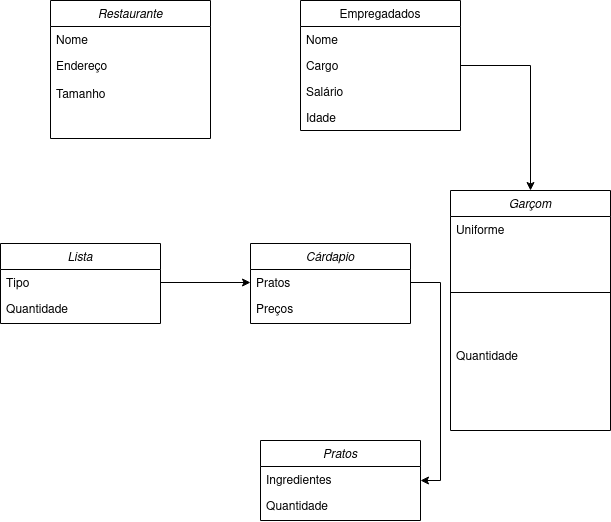
Before: restaurante.drawio.png, a diagram exported from draw.io (thayrelan/AEDS-SegundoAnoColtec). Source tidied: cells renumbered, new cells last; positions are measured from the earlier drawing's top-left corner, leaving out a move shared by most shapes.
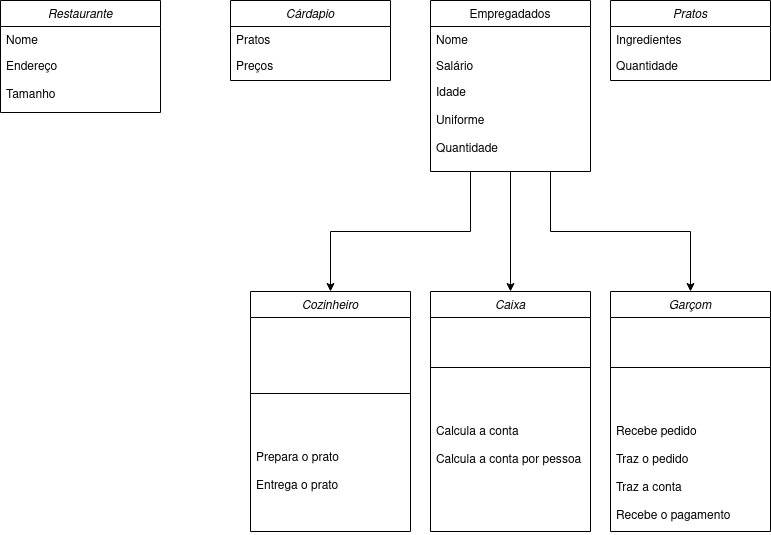
The same diagram one commit later.

Change to the diagram source:
```diff
@@ -3,7 +3,7 @@
     <mxCell id="0" />
     <mxCell id="1" parent="0" />
     <mxCell id="2" value="Restaurante" style="swimlane;fontStyle=2;align=center;verticalAlign=top;horizontal=1;startSize=26;rounded=0;shadow=0;strokeWidth=1;" parent="1" vertex="1">
-      <mxGeometry x="50" width="160" height="138" as="geometry" />
+      <mxGeometry x="-140" y="-51" width="160" height="112" as="geometry" />
     </mxCell>
     <mxCell id="3" value="Nome" style="text;align=left;verticalAlign=top;spacingLeft=4;spacingRight=4;overflow=hidden;" parent="2" vertex="1">
       <mxGeometry y="26" width="160" height="26" as="geometry" />
@@ -11,32 +11,29 @@
     <mxCell id="4" value="Endereço&#10;&#10;Tamanho" style="text;align=left;verticalAlign=top;spacingLeft=4;spacingRight=4;overflow=hidden;rounded=0;shadow=0;html=0;" parent="2" vertex="1">
       <mxGeometry y="52" width="160" height="48" as="geometry" />
     </mxCell>
+    <mxCell id="26" style="edgeStyle=orthogonalEdgeStyle;rounded=0;jettySize=auto;html=1;exitX=0.25;exitY=1;exitDx=0;exitDy=0;entryX=0.5;entryY=0;entryDx=0;entryDy=0;" parent="1" edge="1" source="5" target="29">
+      <mxGeometry relative="1" as="geometry" />
+    </mxCell>
+    <mxCell id="27" style="edgeStyle=orthogonalEdgeStyle;rounded=0;jettySize=auto;html=1;exitX=0.5;exitY=1;exitDx=0;exitDy=0;entryX=0.5;entryY=0;entryDx=0;entryDy=0;" parent="1" edge="1" source="5" target="33">
+      <mxGeometry relative="1" as="geometry" />
+    </mxCell>
+    <mxCell id="28" style="edgeStyle=orthogonalEdgeStyle;rounded=0;jettySize=auto;html=1;exitX=0.75;exitY=1;exitDx=0;exitDy=0;entryX=0.5;entryY=0;entryDx=0;entryDy=0;" parent="1" edge="1" source="5" target="21">
+      <mxGeometry relative="1" as="geometry" />
+    </mxCell>
     <mxCell id="5" value="Empregadados" style="swimlane;fontStyle=0;align=center;verticalAlign=top;horizontal=1;startSize=26;rounded=0;shadow=0;strokeWidth=1;" parent="1" vertex="1">
-      <mxGeometry x="300" width="160" height="130" as="geometry" />
+      <mxGeometry x="290" y="-51" width="160" height="171" as="geometry" />
     </mxCell>
     <mxCell id="6" value="Nome" style="text;align=left;verticalAlign=top;spacingLeft=4;spacingRight=4;overflow=hidden;" parent="5" vertex="1">
       <mxGeometry y="26" width="160" height="26" as="geometry" />
     </mxCell>
-    <mxCell id="7" value="Cargo" style="text;align=left;verticalAlign=top;spacingLeft=4;spacingRight=4;overflow=hidden;points=[[0,0.5],[1,0.5]];portConstraint=eastwest;rounded=0;shadow=0;html=0;" parent="5" vertex="1">
-      <mxGeometry y="52" width="160" height="26" as="geometry" />
-    </mxCell>
     <mxCell id="8" value="Salário" style="text;align=left;verticalAlign=top;spacingLeft=4;spacingRight=4;overflow=hidden;rounded=0;shadow=0;html=0;" parent="5" vertex="1">
-      <mxGeometry y="78" width="160" height="26" as="geometry" />
+      <mxGeometry y="52" width="160" height="26" as="geometry" />
     </mxCell>
-    <mxCell id="9" value="Idade" style="text;align=left;verticalAlign=top;spacingLeft=4;spacingRight=4;overflow=hidden;rounded=0;shadow=0;html=0;" parent="5" vertex="1">
-      <mxGeometry y="104" width="160" height="26" as="geometry" />
+    <mxCell id="9" value="Idade&#10;&#10;Uniforme&#10;&#10;Quantidade&#10;" style="text;align=left;verticalAlign=top;spacingLeft=4;spacingRight=4;overflow=hidden;rounded=0;shadow=0;html=0;" parent="5" vertex="1">
+      <mxGeometry y="78" width="160" height="92" as="geometry" />
     </mxCell>
-    <mxCell id="10" value="Lista" style="swimlane;fontStyle=2;align=center;verticalAlign=top;horizontal=1;startSize=26;rounded=0;shadow=0;strokeWidth=1;" parent="1" vertex="1">
-      <mxGeometry y="243" width="160" height="80" as="geometry" />
-    </mxCell>
-    <mxCell id="11" value="Tipo" style="text;align=left;verticalAlign=top;spacingLeft=4;spacingRight=4;overflow=hidden;points=[[0,0.5],[1,0.5]];portConstraint=eastwest;" parent="10" vertex="1">
-      <mxGeometry y="26" width="160" height="26" as="geometry" />
-    </mxCell>
-    <mxCell id="12" value="Quantidade" style="text;align=left;verticalAlign=top;spacingLeft=4;spacingRight=4;overflow=hidden;rounded=0;shadow=0;html=0;" parent="10" vertex="1">
-      <mxGeometry y="52" width="160" height="28" as="geometry" />
-    </mxCell>
     <mxCell id="13" value="Cárdapio" style="swimlane;fontStyle=2;align=center;verticalAlign=top;horizontal=1;startSize=26;rounded=0;shadow=0;strokeWidth=1;" parent="1" vertex="1">
-      <mxGeometry x="250" y="243" width="160" height="80" as="geometry" />
+      <mxGeometry x="90" y="-51" width="160" height="80" as="geometry" />
     </mxCell>
     <mxCell id="14" value="Pratos" style="text;align=left;verticalAlign=top;spacingLeft=4;spacingRight=4;overflow=hidden;points=[[0,0.5],[1,0.5]];portConstraint=eastwest;" parent="13" vertex="1">
       <mxGeometry y="26" width="160" height="26" as="geometry" />
@@ -45,7 +42,7 @@
       <mxGeometry y="52" width="160" height="28" as="geometry" />
     </mxCell>
     <mxCell id="16" value="Pratos" style="swimlane;fontStyle=2;align=center;verticalAlign=top;horizontal=1;startSize=26;rounded=0;shadow=0;strokeWidth=1;" parent="1" vertex="1">
-      <mxGeometry x="260" y="440" width="160" height="80" as="geometry" />
+      <mxGeometry x="470" y="-51" width="160" height="80" as="geometry" />
     </mxCell>
     <mxCell id="17" value="Ingredientes" style="text;align=left;verticalAlign=top;spacingLeft=4;spacingRight=4;overflow=hidden;" parent="16" vertex="1">
       <mxGeometry y="26" width="160" height="26" as="geometry" />
@@ -53,26 +50,35 @@
     <mxCell id="18" value="Quantidade" style="text;align=left;verticalAlign=top;spacingLeft=4;spacingRight=4;overflow=hidden;rounded=0;shadow=0;html=0;" parent="16" vertex="1">
       <mxGeometry y="52" width="160" height="26" as="geometry" />
     </mxCell>
-    <mxCell id="19" style="edgeStyle=orthogonalEdgeStyle;rounded=0;jettySize=auto;html=1;exitX=1;exitY=0.5;exitDx=0;exitDy=0;" parent="1" edge="1" source="11" target="14">
-      <mxGeometry relative="1" as="geometry" />
-    </mxCell>
-    <mxCell id="20" style="edgeStyle=orthogonalEdgeStyle;rounded=0;jettySize=auto;html=1;exitX=1;exitY=0.5;exitDx=0;exitDy=0;entryX=1;entryY=0.5;entryDx=0;entryDy=0;" parent="1" edge="1" source="14" target="16">
-      <mxGeometry relative="1" as="geometry" />
-    </mxCell>
     <mxCell id="21" value="Garçom" style="swimlane;fontStyle=2;align=center;verticalAlign=top;horizontal=1;startSize=26;rounded=0;shadow=0;strokeWidth=1;" parent="1" vertex="1">
-      <mxGeometry x="450" y="190" width="160" height="240" as="geometry" />
+      <mxGeometry x="470" y="240" width="160" height="240" as="geometry" />
     </mxCell>
-    <mxCell id="22" value="Uniforme&#10;&#10;Quantidade&#10;" style="text;align=left;verticalAlign=top;spacingLeft=4;spacingRight=4;overflow=hidden;" parent="21" vertex="1">
-      <mxGeometry y="26" width="160" height="26" as="geometry" />
-    </mxCell>
     <mxCell id="23" style="line;html=1;strokeWidth=1;align=left;verticalAlign=middle;spacingTop=-1;spacingLeft=3;spacingRight=3;labelPosition=right;" parent="21" vertex="1">
-      <mxGeometry y="52" width="160" height="100" as="geometry" />
+      <mxGeometry y="26" width="160" height="100" as="geometry" />
     </mxCell>
-    <mxCell id="24" value="Quantidade" style="text;align=left;verticalAlign=top;spacingLeft=4;spacingRight=4;overflow=hidden;rounded=0;shadow=0;html=0;" parent="21" vertex="1">
-      <mxGeometry y="152" width="160" height="88" as="geometry" />
+    <mxCell id="24" value="Recebe pedido&#10;&#10;Traz o pedido&#10;&#10;Traz a conta&#10;&#10;Recebe o pagamento&#10;" style="text;align=left;verticalAlign=top;spacingLeft=4;spacingRight=4;overflow=hidden;rounded=0;shadow=0;html=0;" parent="21" vertex="1">
+      <mxGeometry y="126" width="160" height="114" as="geometry" />
     </mxCell>
-    <mxCell id="25" style="edgeStyle=orthogonalEdgeStyle;rounded=0;jettySize=auto;html=1;exitX=1;exitY=0.5;exitDx=0;exitDy=0;entryX=0.5;entryY=0;entryDx=0;entryDy=0;" parent="1" edge="1" source="7" target="21">
-      <mxGeometry relative="1" as="geometry" />
-    </mxCell>
+    <mxCell id="29" value="Cozinheiro" style="swimlane;fontStyle=2;align=center;verticalAlign=top;horizontal=1;startSize=26;rounded=0;shadow=0;strokeWidth=1;" parent="1" vertex="1">
+      <mxGeometry x="110" y="240" width="160" height="240" as="geometry" />
+    </mxCell>
+    <mxCell id="30" value="&#10;&#10;&#10;" style="text;align=left;verticalAlign=top;spacingLeft=4;spacingRight=4;overflow=hidden;" parent="29" vertex="1">
+      <mxGeometry y="26" width="160" height="26" as="geometry" />
+    </mxCell>
+    <mxCell id="31" style="line;html=1;strokeWidth=1;align=left;verticalAlign=middle;spacingTop=-1;spacingLeft=3;spacingRight=3;labelPosition=right;" parent="29" vertex="1">
+      <mxGeometry y="52" width="160" height="100" as="geometry" />
+    </mxCell>
+    <mxCell id="32" value="Prepara o prato&#10;&#10;Entrega o prato&#10;" style="text;align=left;verticalAlign=top;spacingLeft=4;spacingRight=4;overflow=hidden;rounded=0;shadow=0;html=0;" parent="29" vertex="1">
+      <mxGeometry y="152" width="160" height="88" as="geometry" />
+    </mxCell>
+    <mxCell id="33" value="Caixa" style="swimlane;fontStyle=2;align=center;verticalAlign=top;horizontal=1;startSize=26;rounded=0;shadow=0;strokeWidth=1;" parent="1" vertex="1">
+      <mxGeometry x="290" y="240" width="160" height="240" as="geometry" />
+    </mxCell>
+    <mxCell id="34" style="line;html=1;strokeWidth=1;align=left;verticalAlign=middle;spacingTop=-1;spacingLeft=3;spacingRight=3;labelPosition=right;" parent="33" vertex="1">
+      <mxGeometry y="26" width="160" height="100" as="geometry" />
+    </mxCell>
+    <mxCell id="35" value="Calcula a conta&#10;&#10;Calcula a conta por pessoa&#10;" style="text;align=left;verticalAlign=top;spacingLeft=4;spacingRight=4;overflow=hidden;rounded=0;shadow=0;html=0;" parent="33" vertex="1">
+      <mxGeometry y="126" width="160" height="68" as="geometry" />
+    </mxCell>
   </root>
 </mxGraphModel>
```
